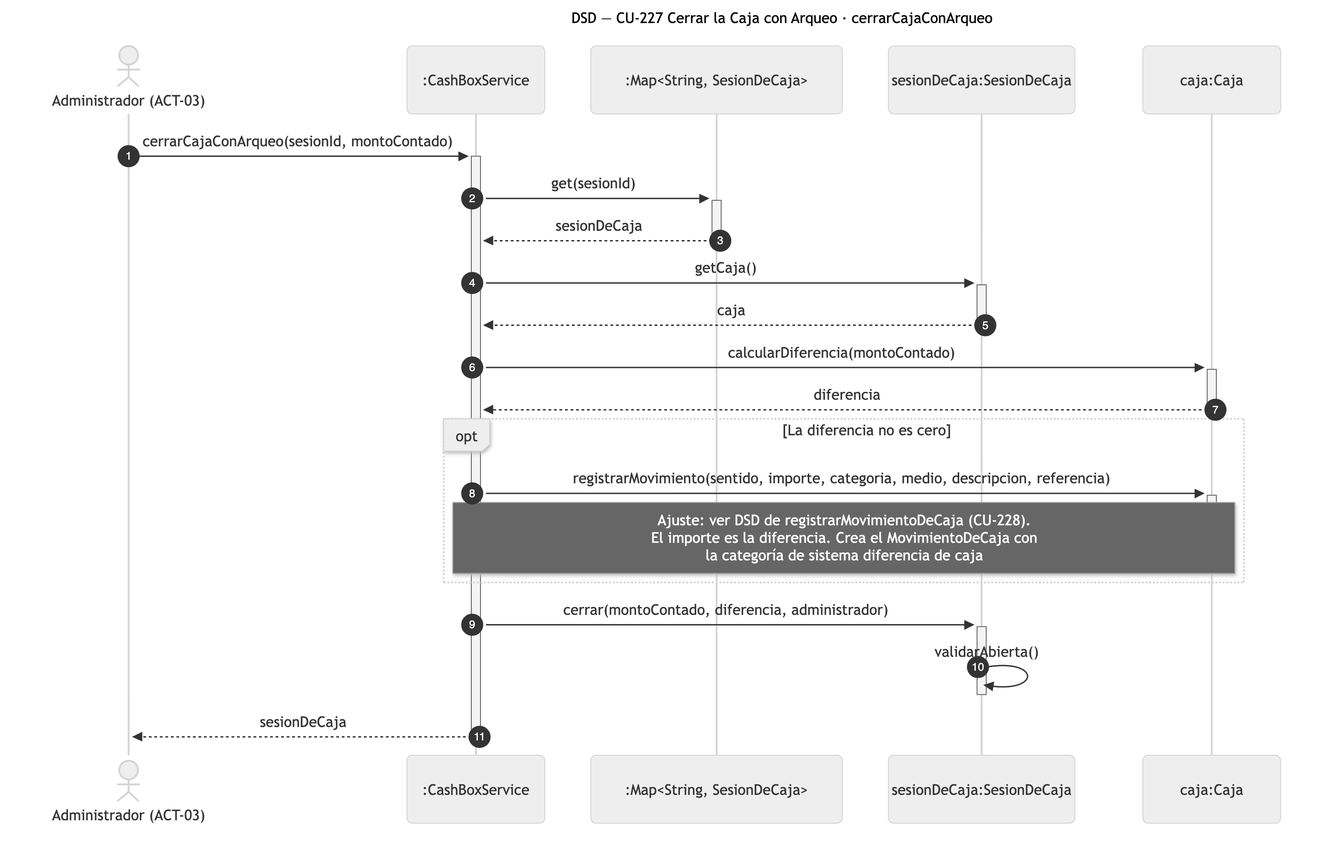
Nahuelito-Dev/splg-docs keeps this Mermaid diagram as diagramas/png/DSD_CU-227_cerrarCajaConArqueo.png. Above is the earlier version. Its source is kept beside it as diagramas/DSD_CU-227_cerrarCajaConArqueo.mmd.
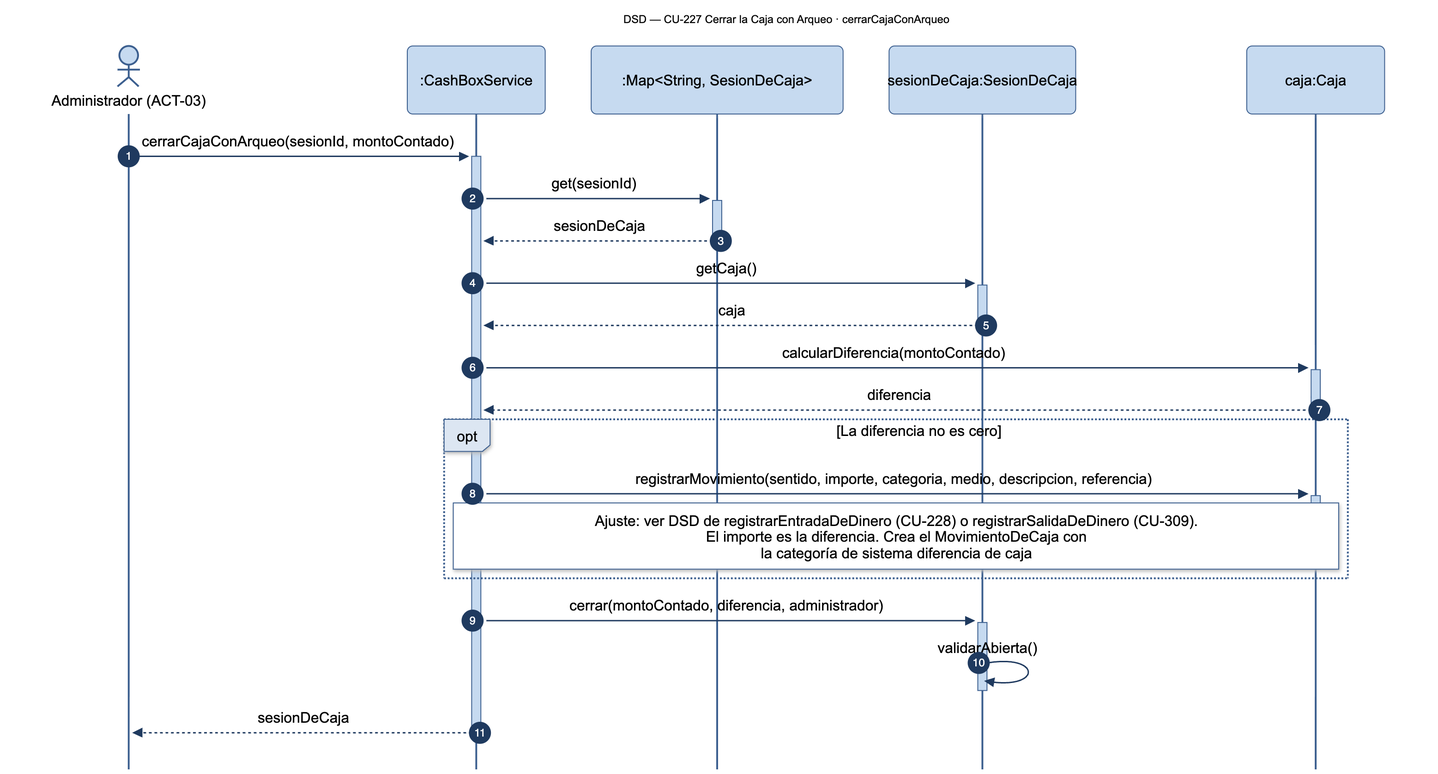
Later version of the same file.

Change to the diagram source:
```diff
@@ -16,7 +16,7 @@
     CAJ-->>-SRV: diferencia
     opt La diferencia no es cero
         SRV->>+CAJ: registrarMovimiento(sentido, importe, categoria, medio, descripcion, referencia)
-        Note over SRV,CAJ: Ajuste: ver DSD de registrarMovimientoDeCaja (CU-228).<br/>El importe es la diferencia. Crea el MovimientoDeCaja con<br/>la categoría de sistema diferencia de caja
+        Note over SRV,CAJ: Ajuste: ver DSD de registrarEntradaDeDinero (CU-228) o registrarSalidaDeDinero (CU-309).<br/>El importe es la diferencia. Crea el MovimientoDeCaja con<br/>la categoría de sistema diferencia de caja
         deactivate CAJ
     end
     SRV->>+SES: cerrar(montoContado, diferencia, administrador)
```
